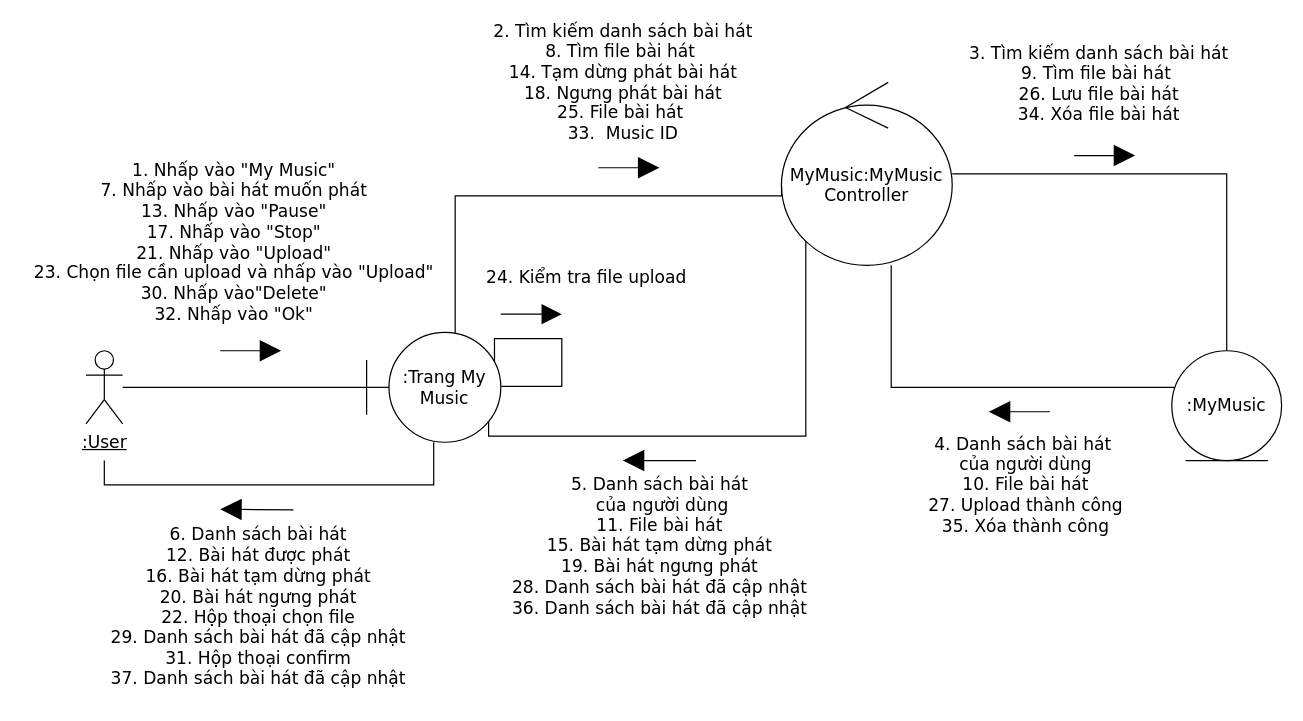
This is ToDoApp-Doc/Document/Diagram/Collaboration Diagram/MyMusic/MyMusic Collaboration Diagram.drawio from Merevoli-DatLuu/To-Do-App, a draw.io file, before an edit. Source tidied: cells renumbered, new cells numbered last; positions are measured from the earlier drawing's top-left corner, leaving out a move shared by most shapes. Both pictures are drawn from the tidied source at 122%, with x=0, y=0 at pixel (85, 82).
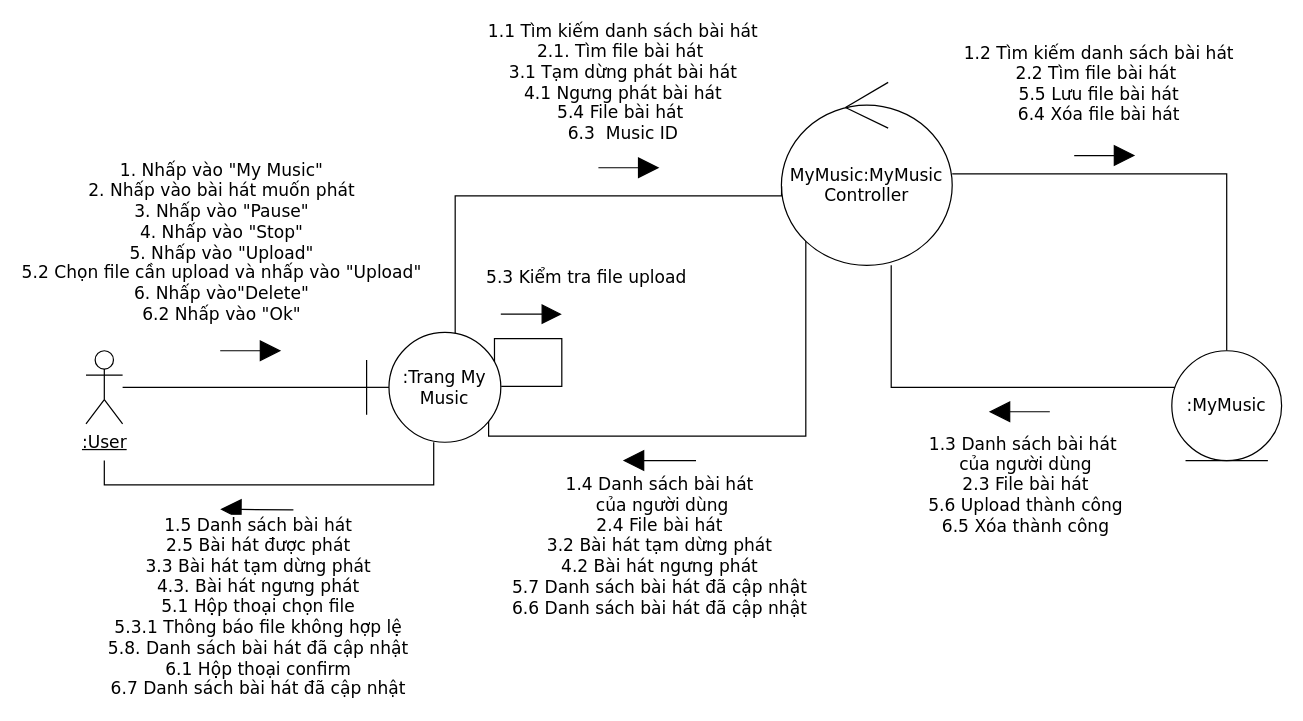
The same page after the edit.

Commit message (it also covers changes not shown here):
[Document, Modified] : MyMusic Collaboration Diagram

Unchanged cells that the change refers to:
```xml
<mxCell id="12" style="endArrow=block;html=1;fontSize=14;endFill=1;endSize=15;fontFamily=Verdana;" parent="1" edge="1">
  <mxGeometry relative="1" as="geometry">
    <mxPoint x="110" y="220" as="sourcePoint" />
    <mxPoint x="160" y="220" as="targetPoint" />
  </mxGeometry>
</mxCell>
<mxCell id="18" style="endArrow=block;html=1;fontSize=14;endFill=1;endSize=15;fontFamily=Verdana;" parent="1" edge="1">
  <mxGeometry relative="1" as="geometry">
    <mxPoint x="170" y="350.4" as="sourcePoint" />
    <mxPoint x="110" y="350" as="targetPoint" />
  </mxGeometry>
</mxCell>
```

Change to the diagram source:
```diff
@@
-    <mxCell id="13" value="&lt;span style=&quot;font-size: 14px;&quot;&gt;1. Nhấp vào &quot;My Music&quot;&lt;br style=&quot;font-size: 14px;&quot;&gt;&lt;/span&gt;&lt;span style=&quot;font-size: 14px;&quot;&gt;7. Nhấp vào bài hát muốn phát&lt;br style=&quot;font-size: 14px;&quot;&gt;13. Nhấp vào &quot;Pause&quot;&lt;br style=&quot;font-size: 14px;&quot;&gt;17. Nhấp vào &quot;Stop&quot;&lt;br style=&quot;font-size: 14px;&quot;&gt;&lt;/span&gt;&lt;span style=&quot;font-size: 14px;&quot;&gt;21. Nhấp vào &quot;Upload&quot;&lt;br style=&quot;font-size: 14px;&quot;&gt;&lt;/span&gt;&lt;span style=&quot;font-size: 14px;&quot;&gt;23. Chọn file cần upload&amp;nbsp;&lt;/span&gt;&lt;span style=&quot;font-size: 14px;&quot;&gt;và nhấp vào &quot;Upload&quot;&lt;br style=&quot;font-size: 14px;&quot;&gt;&lt;/span&gt;&lt;span style=&quot;font-size: 14px;&quot;&gt;30. Nhấp vào&quot;Delete&quot;&lt;br style=&quot;font-size: 14px;&quot;&gt;&lt;/span&gt;&lt;span style=&quot;font-size: 14px;&quot;&gt;32. Nhấp vào &quot;Ok&quot;&lt;/span&gt;&lt;span style=&quot;font-size: 14px;&quot;&gt;&lt;br style=&quot;font-size: 14px;&quot;&gt;&lt;/span&gt;" style="edgeLabel;html=1;align=center;verticalAlign=middle;fontSize=14;fontFamily=Verdana;" parent="12" vertex="1">
+    <mxCell id="13" value="&lt;span style=&quot;font-size: 14px&quot;&gt;1. Nhấp vào &quot;My Music&quot;&lt;br style=&quot;font-size: 14px&quot;&gt;&lt;/span&gt;&lt;span style=&quot;font-size: 14px&quot;&gt;2. Nhấp vào bài hát muốn phát&lt;br style=&quot;font-size: 14px&quot;&gt;3. Nhấp vào &quot;Pause&quot;&lt;br style=&quot;font-size: 14px&quot;&gt;4. Nhấp vào &quot;Stop&quot;&lt;br style=&quot;font-size: 14px&quot;&gt;&lt;/span&gt;&lt;span style=&quot;font-size: 14px&quot;&gt;5. Nhấp vào &quot;Upload&quot;&lt;br style=&quot;font-size: 14px&quot;&gt;&lt;/span&gt;&lt;span style=&quot;font-size: 14px&quot;&gt;5.2 Chọn file cần upload&amp;nbsp;&lt;/span&gt;&lt;span style=&quot;font-size: 14px&quot;&gt;và nhấp vào &quot;Upload&quot;&lt;br style=&quot;font-size: 14px&quot;&gt;&lt;/span&gt;&lt;span style=&quot;font-size: 14px&quot;&gt;6. Nhấp vào&quot;Delete&quot;&lt;br style=&quot;font-size: 14px&quot;&gt;&lt;/span&gt;&lt;span style=&quot;font-size: 14px&quot;&gt;6.2 Nhấp vào &quot;Ok&quot;&lt;/span&gt;&lt;span style=&quot;font-size: 14px&quot;&gt;&lt;br style=&quot;font-size: 14px&quot;&gt;&lt;/span&gt;" style="edgeLabel;html=1;align=center;verticalAlign=middle;fontSize=14;fontFamily=Verdana;" parent="12" vertex="1">
       <mxGeometry x="-0.42" y="-1" relative="1" as="geometry">
-        <mxPoint x="-5" y="-91" as="offset" />
+        <mxPoint x="-15" y="-91" as="offset" />
       </mxGeometry>
     </mxCell>
-    <mxCell id="14" value="&lt;span style=&quot;font-size: 14px;&quot;&gt;3. Tìm kiếm danh sách bài hát&lt;br style=&quot;font-size: 14px;&quot;&gt;&lt;/span&gt;&lt;span style=&quot;font-size: 14px;&quot;&gt;9. Tìm file bài hát&amp;nbsp;&lt;br style=&quot;font-size: 14px;&quot;&gt;&lt;/span&gt;&lt;span style=&quot;font-size: 14px;&quot;&gt;26. Lưu file bài hát&lt;br style=&quot;font-size: 14px;&quot;&gt;&lt;/span&gt;&lt;span style=&quot;font-size: 14px;&quot;&gt;34. Xóa file bài hát&lt;/span&gt;&lt;span style=&quot;font-size: 14px;&quot;&gt;&lt;br style=&quot;font-size: 14px;&quot;&gt;&lt;/span&gt;" style="endArrow=block;html=1;fontSize=14;endFill=1;endSize=15;fontFamily=Verdana;" parent="1" edge="1">
+    <mxCell id="14" value="&lt;span style=&quot;font-size: 14px&quot;&gt;1.2 Tìm kiếm danh sách bài hát&lt;br style=&quot;font-size: 14px&quot;&gt;&lt;/span&gt;&lt;span style=&quot;font-size: 14px&quot;&gt;2.2 Tìm file bài hát&amp;nbsp;&lt;br style=&quot;font-size: 14px&quot;&gt;&lt;/span&gt;&lt;span style=&quot;font-size: 14px&quot;&gt;5.5 Lưu file bài hát&lt;br style=&quot;font-size: 14px&quot;&gt;&lt;/span&gt;&lt;span style=&quot;font-size: 14px&quot;&gt;6.4 Xóa file bài hát&lt;/span&gt;&lt;span style=&quot;font-size: 14px&quot;&gt;&lt;br style=&quot;font-size: 14px&quot;&gt;&lt;/span&gt;" style="endArrow=block;html=1;fontSize=14;endFill=1;endSize=15;fontFamily=Verdana;" parent="1" edge="1">
       <mxGeometry x="-0.2" y="59" relative="1" as="geometry">
         <mxPoint x="810" y="60" as="sourcePoint" />
         <mxPoint x="860" y="60" as="targetPoint" />
       </mxGeometry>
     </mxCell>
-    <mxCell id="15" value="&lt;div style=&quot;font-size: 14px;&quot;&gt;&lt;span style=&quot;font-size: 14px;&quot;&gt;2. Tìm kiếm danh sách bài hát&lt;/span&gt;&lt;br style=&quot;font-size: 14px;&quot;&gt;&lt;/div&gt;&lt;div style=&quot;font-size: 14px;&quot;&gt;&lt;span style=&quot;font-size: 14px;&quot;&gt;8. Tìm file bài hát&amp;nbsp;&lt;/span&gt;&lt;span style=&quot;font-size: 14px;&quot;&gt;&lt;br style=&quot;font-size: 14px;&quot;&gt;&lt;/span&gt;&lt;/div&gt;&lt;div style=&quot;font-size: 14px;&quot;&gt;&lt;font style=&quot;font-size: 14px;&quot;&gt;14. Tạm dừng phát bài hát&lt;/font&gt;&lt;/div&gt;&lt;div style=&quot;font-size: 14px;&quot;&gt;&lt;span style=&quot;font-size: 14px;&quot;&gt;18. Ngưng phát bài hát&lt;/span&gt;&lt;font style=&quot;font-size: 14px;&quot;&gt;&lt;br style=&quot;font-size: 14px;&quot;&gt;&lt;/font&gt;&lt;/div&gt;&lt;div style=&quot;font-size: 14px;&quot;&gt;&lt;span style=&quot;font-size: 14px;&quot;&gt;25. File bài hát&amp;nbsp;&lt;/span&gt;&lt;span style=&quot;font-size: 14px;&quot;&gt;&lt;br style=&quot;font-size: 14px;&quot;&gt;&lt;/span&gt;&lt;/div&gt;&lt;div style=&quot;font-size: 14px;&quot;&gt;&lt;span style=&quot;font-size: 14px;&quot;&gt;33.&amp;nbsp; Music ID&lt;/span&gt;&lt;span style=&quot;font-size: 14px;&quot;&gt;&lt;br style=&quot;font-size: 14px;&quot;&gt;&lt;/span&gt;&lt;/div&gt;" style="endArrow=block;html=1;fontSize=14;align=center;endFill=1;endSize=15;fontFamily=Verdana;" parent="1" edge="1">
+    <mxCell id="15" value="&lt;div style=&quot;font-size: 14px&quot;&gt;&lt;span style=&quot;font-size: 14px&quot;&gt;1.1 Tìm kiếm danh sách bài hát&lt;/span&gt;&lt;br style=&quot;font-size: 14px&quot;&gt;&lt;/div&gt;&lt;div style=&quot;font-size: 14px&quot;&gt;&lt;span style=&quot;font-size: 14px&quot;&gt;2.1. Tìm file bài hát&amp;nbsp;&lt;/span&gt;&lt;span style=&quot;font-size: 14px&quot;&gt;&lt;br style=&quot;font-size: 14px&quot;&gt;&lt;/span&gt;&lt;/div&gt;&lt;div style=&quot;font-size: 14px&quot;&gt;&lt;font style=&quot;font-size: 14px&quot;&gt;3.1 Tạm dừng phát bài hát&lt;/font&gt;&lt;/div&gt;&lt;div style=&quot;font-size: 14px&quot;&gt;&lt;span style=&quot;font-size: 14px&quot;&gt;4.1 Ngưng phát bài hát&lt;/span&gt;&lt;font style=&quot;font-size: 14px&quot;&gt;&lt;br style=&quot;font-size: 14px&quot;&gt;&lt;/font&gt;&lt;/div&gt;&lt;div style=&quot;font-size: 14px&quot;&gt;&lt;span style=&quot;font-size: 14px&quot;&gt;5.4 File bài hát&amp;nbsp;&lt;/span&gt;&lt;span style=&quot;font-size: 14px&quot;&gt;&lt;br style=&quot;font-size: 14px&quot;&gt;&lt;/span&gt;&lt;/div&gt;&lt;div style=&quot;font-size: 14px&quot;&gt;&lt;span style=&quot;font-size: 14px&quot;&gt;6.3&amp;nbsp; Music ID&lt;/span&gt;&lt;span style=&quot;font-size: 14px&quot;&gt;&lt;br style=&quot;font-size: 14px&quot;&gt;&lt;/span&gt;&lt;/div&gt;" style="endArrow=block;html=1;fontSize=14;align=center;endFill=1;endSize=15;fontFamily=Verdana;" parent="1" edge="1">
       <mxGeometry x="-0.2" y="70" relative="1" as="geometry">
         <mxPoint x="420" y="70" as="sourcePoint" />
         <mxPoint x="470" y="70" as="targetPoint" />
         <Array as="points">
           <mxPoint x="460" y="70" />
         </Array>
       </mxGeometry>
     </mxCell>
-    <mxCell id="16" value="&lt;span style=&quot;font-size: 14px;&quot;&gt;4. Danh sách bài hát&amp;nbsp;&lt;/span&gt;&lt;br style=&quot;font-size: 14px;&quot;&gt;&lt;span style=&quot;font-size: 14px;&quot;&gt;của người dùng&lt;br style=&quot;font-size: 14px;&quot;&gt;&lt;/span&gt;&lt;span style=&quot;font-size: 14px;&quot;&gt;10. File bài hát&lt;br style=&quot;font-size: 14px;&quot;&gt;&lt;/span&gt;&lt;span style=&quot;font-size: 14px;&quot;&gt;27. Upload thành công&lt;br style=&quot;font-size: 14px;&quot;&gt;35. Xóa thành công&lt;br style=&quot;font-size: 14px;&quot;&gt;&lt;/span&gt;" style="endArrow=block;html=1;fontSize=14;endFill=1;endSize=15;fontFamily=Verdana;" parent="1" edge="1">
+    <mxCell id="16" value="&lt;span style=&quot;font-size: 14px&quot;&gt;1.3 Danh sách bài hát&amp;nbsp;&lt;/span&gt;&lt;br style=&quot;font-size: 14px&quot;&gt;&lt;span style=&quot;font-size: 14px&quot;&gt;của người dùng&lt;br style=&quot;font-size: 14px&quot;&gt;&lt;/span&gt;&lt;span style=&quot;font-size: 14px&quot;&gt;2.3 File bài hát&lt;br style=&quot;font-size: 14px&quot;&gt;&lt;/span&gt;&lt;span style=&quot;font-size: 14px&quot;&gt;5.6 Upload thành công&lt;br style=&quot;font-size: 14px&quot;&gt;6.5 Xóa thành công&lt;br style=&quot;font-size: 14px&quot;&gt;&lt;/span&gt;" style="endArrow=block;html=1;fontSize=14;endFill=1;endSize=15;fontFamily=Verdana;" parent="1" edge="1">
       <mxGeometry x="-0.2" y="60" relative="1" as="geometry">
         <mxPoint x="790" y="270" as="sourcePoint" />
         <mxPoint x="740" y="270" as="targetPoint" />
       </mxGeometry>
     </mxCell>
-    <mxCell id="17" value="&lt;span style=&quot;font-size: 14px;&quot;&gt;5. Danh sách bài hát&lt;/span&gt;&lt;br style=&quot;font-size: 14px;&quot;&gt;&lt;span style=&quot;font-size: 14px;&quot;&gt;&amp;nbsp;của người dùng&lt;br style=&quot;font-size: 14px;&quot;&gt;&lt;/span&gt;&lt;span style=&quot;font-size: 14px;&quot;&gt;11. File bài hát&lt;br style=&quot;font-size: 14px;&quot;&gt;&lt;/span&gt;&lt;span style=&quot;font-size: 14px;&quot;&gt;&lt;font style=&quot;font-size: 14px;&quot;&gt;15. Bài hát tạm dừng phát&lt;br style=&quot;font-size: 14px;&quot;&gt;19.&amp;nbsp;&lt;/font&gt;&lt;/span&gt;&lt;span style=&quot;font-size: 14px;&quot;&gt;Bài hát ngưng phát&lt;br style=&quot;font-size: 14px;&quot;&gt;&lt;/span&gt;&lt;span style=&quot;font-size: 14px;&quot;&gt;28. Danh sách bài&amp;nbsp;&lt;/span&gt;&lt;span style=&quot;font-size: 14px;&quot;&gt;hát đã cập nhật&lt;br style=&quot;font-size: 14px;&quot;&gt;&lt;/span&gt;&lt;span style=&quot;font-size: 14px;&quot;&gt;&lt;font style=&quot;font-size: 14px;&quot;&gt;36. Danh sách bài hát đã cập nhật&lt;br style=&quot;font-size: 14px;&quot;&gt;&lt;/font&gt;&lt;/span&gt;" style="endArrow=block;html=1;fontSize=14;endFill=1;jumpSize=7;sourcePerimeterSpacing=2;endSize=15;fontFamily=Verdana;" parent="1" edge="1">
+    <mxCell id="17" value="&lt;span style=&quot;font-size: 14px&quot;&gt;1.4 Danh sách bài hát&lt;/span&gt;&lt;br style=&quot;font-size: 14px&quot;&gt;&lt;span style=&quot;font-size: 14px&quot;&gt;&amp;nbsp;của người dùng&lt;br style=&quot;font-size: 14px&quot;&gt;&lt;/span&gt;&lt;span style=&quot;font-size: 14px&quot;&gt;2.4 File bài hát&lt;br style=&quot;font-size: 14px&quot;&gt;&lt;/span&gt;&lt;span style=&quot;font-size: 14px&quot;&gt;&lt;font style=&quot;font-size: 14px&quot;&gt;3.2 Bài hát tạm dừng phát&lt;br style=&quot;font-size: 14px&quot;&gt;4.2&amp;nbsp;&lt;/font&gt;&lt;/span&gt;&lt;span style=&quot;font-size: 14px&quot;&gt;Bài hát ngưng phát&lt;br style=&quot;font-size: 14px&quot;&gt;&lt;/span&gt;&lt;span style=&quot;font-size: 14px&quot;&gt;5.7 Danh sách bài&amp;nbsp;&lt;/span&gt;&lt;span style=&quot;font-size: 14px&quot;&gt;hát đã cập nhật&lt;br style=&quot;font-size: 14px&quot;&gt;&lt;/span&gt;&lt;span style=&quot;font-size: 14px&quot;&gt;&lt;font style=&quot;font-size: 14px&quot;&gt;6.6 Danh sách bài hát đã cập nhật&lt;br style=&quot;font-size: 14px&quot;&gt;&lt;/font&gt;&lt;/span&gt;" style="endArrow=block;html=1;fontSize=14;endFill=1;jumpSize=7;sourcePerimeterSpacing=2;endSize=15;fontFamily=Verdana;" parent="1" edge="1">
       <mxGeometry y="70" relative="1" as="geometry">
         <mxPoint x="500" y="310" as="sourcePoint" />
         <mxPoint x="440" y="310" as="targetPoint" />
       </mxGeometry>
     </mxCell>
@@
-    <mxCell id="19" value="&lt;span style=&quot;font-size: 14px;&quot;&gt;6. Danh sách bài hát&lt;br style=&quot;font-size: 14px;&quot;&gt;&lt;/span&gt;&lt;span style=&quot;font-size: 14px;&quot;&gt;12. Bài hát được phát&lt;br style=&quot;font-size: 14px;&quot;&gt;16. Bài hát tạm dừng phát&lt;br style=&quot;font-size: 14px;&quot;&gt;20.&amp;nbsp;&lt;/span&gt;&lt;span style=&quot;font-size: 14px;&quot;&gt;Bài hát ngưng phát&lt;/span&gt;&lt;span style=&quot;font-size: 14px;&quot;&gt;&lt;br style=&quot;font-size: 14px;&quot;&gt;&lt;/span&gt;&lt;span style=&quot;font-size: 14px;&quot;&gt;22. Hộp thoại chọn file&lt;br style=&quot;font-size: 14px;&quot;&gt;&lt;/span&gt;&lt;span style=&quot;font-size: 14px;&quot;&gt;29. Danh sách bài&amp;nbsp;&lt;/span&gt;&lt;span style=&quot;font-size: 14px;&quot;&gt;hát đã cập nhật&lt;br style=&quot;font-size: 14px;&quot;&gt;&lt;/span&gt;&lt;span style=&quot;font-size: 14px;&quot;&gt;31. Hộp thoại confirm&lt;br style=&quot;font-size: 14px;&quot;&gt;&lt;/span&gt;&lt;span style=&quot;font-size: 14px;&quot;&gt;37. Danh sách bài hát&amp;nbsp;&lt;/span&gt;&lt;span style=&quot;font-size: 14px;&quot;&gt;đã cập nhật&lt;/span&gt;&lt;span style=&quot;font-size: 14px;&quot;&gt;&lt;br style=&quot;font-size: 14px;&quot;&gt;&lt;/span&gt;" style="edgeLabel;html=1;align=center;verticalAlign=middle;fontSize=14;fontFamily=Verdana;" parent="18" vertex="1">
+    <mxCell id="19" value="&lt;span style=&quot;font-size: 14px&quot;&gt;1.5 Danh sách bài hát&lt;br style=&quot;font-size: 14px&quot;&gt;&lt;/span&gt;&lt;span style=&quot;font-size: 14px&quot;&gt;2.5 Bài hát được phát&lt;br style=&quot;font-size: 14px&quot;&gt;3.3 Bài hát tạm dừng phát&lt;br style=&quot;font-size: 14px&quot;&gt;4.3.&amp;nbsp;&lt;/span&gt;&lt;span style=&quot;font-size: 14px&quot;&gt;Bài hát ngưng phát&lt;/span&gt;&lt;span style=&quot;font-size: 14px&quot;&gt;&lt;br style=&quot;font-size: 14px&quot;&gt;&lt;/span&gt;&lt;span style=&quot;font-size: 14px&quot;&gt;5.1 Hộp thoại chọn file&lt;br&gt;5.3.1 Thông báo file không hợp lệ&lt;br style=&quot;font-size: 14px&quot;&gt;&lt;/span&gt;&lt;span style=&quot;font-size: 14px&quot;&gt;5.8. Danh sách bài&amp;nbsp;&lt;/span&gt;&lt;span style=&quot;font-size: 14px&quot;&gt;hát đã cập nhật&lt;br style=&quot;font-size: 14px&quot;&gt;&lt;/span&gt;&lt;span style=&quot;font-size: 14px&quot;&gt;6.1 Hộp thoại confirm&lt;br style=&quot;font-size: 14px&quot;&gt;&lt;/span&gt;&lt;span style=&quot;font-size: 14px&quot;&gt;6.7 Danh sách bài hát&amp;nbsp;&lt;/span&gt;&lt;span style=&quot;font-size: 14px&quot;&gt;đã cập nhật&lt;/span&gt;&lt;span style=&quot;font-size: 14px&quot;&gt;&lt;br style=&quot;font-size: 14px&quot;&gt;&lt;/span&gt;" style="edgeLabel;html=1;align=center;verticalAlign=middle;fontSize=14;fontFamily=Verdana;" parent="18" vertex="1">
       <mxGeometry x="-0.41" relative="1" as="geometry">
         <mxPoint x="-12" y="79.7" as="offset" />
       </mxGeometry>
     </mxCell>
@@
-    <mxCell id="21" value="&lt;span style=&quot;font-size: 14px;&quot;&gt;24. Kiểm tra file upload&lt;/span&gt;&lt;font style=&quot;font-size: 14px;&quot;&gt;&lt;br style=&quot;font-size: 14px;&quot;&gt;&lt;/font&gt;" style="endArrow=block;html=1;fontSize=14;align=center;endFill=1;fontFamily=Verdana;startSize=6;endSize=14;" parent="1" edge="1">
+    <mxCell id="21" value="&lt;span style=&quot;font-size: 14px&quot;&gt;5.3 Kiểm tra file upload&lt;/span&gt;&lt;font style=&quot;font-size: 14px&quot;&gt;&lt;br style=&quot;font-size: 14px&quot;&gt;&lt;/font&gt;" style="endArrow=block;html=1;fontSize=14;align=center;endFill=1;fontFamily=Verdana;startSize=6;endSize=14;" parent="1" edge="1">
       <mxGeometry x="1" y="36" relative="1" as="geometry">
         <mxPoint x="340" y="190" as="sourcePoint" />
         <mxPoint x="390" y="190" as="targetPoint" />
         <mxPoint x="20" y="6" as="offset" />
       </mxGeometry>
     </mxCell>
```
